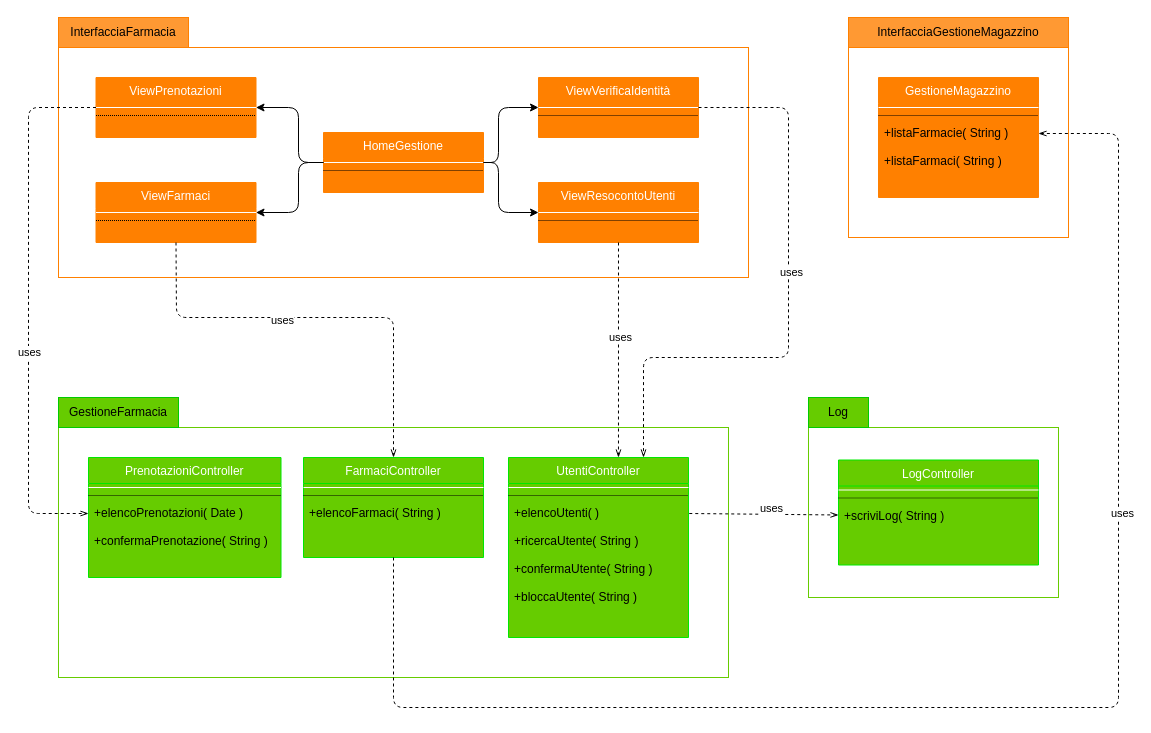
Before: page "Farmacia" (2 of 4) of drawio/Diagrammi.drawio in lnwor/farmabyte-doc, a draw.io diagram. Source tidied: cells renumbered, new cells numbered last; positions are measured from the earlier drawing's top-left corner, leaving out a move shared by most shapes. Both pictures are drawn from the tidied source at 100%, with x=0, y=0 at pixel (28, 17).
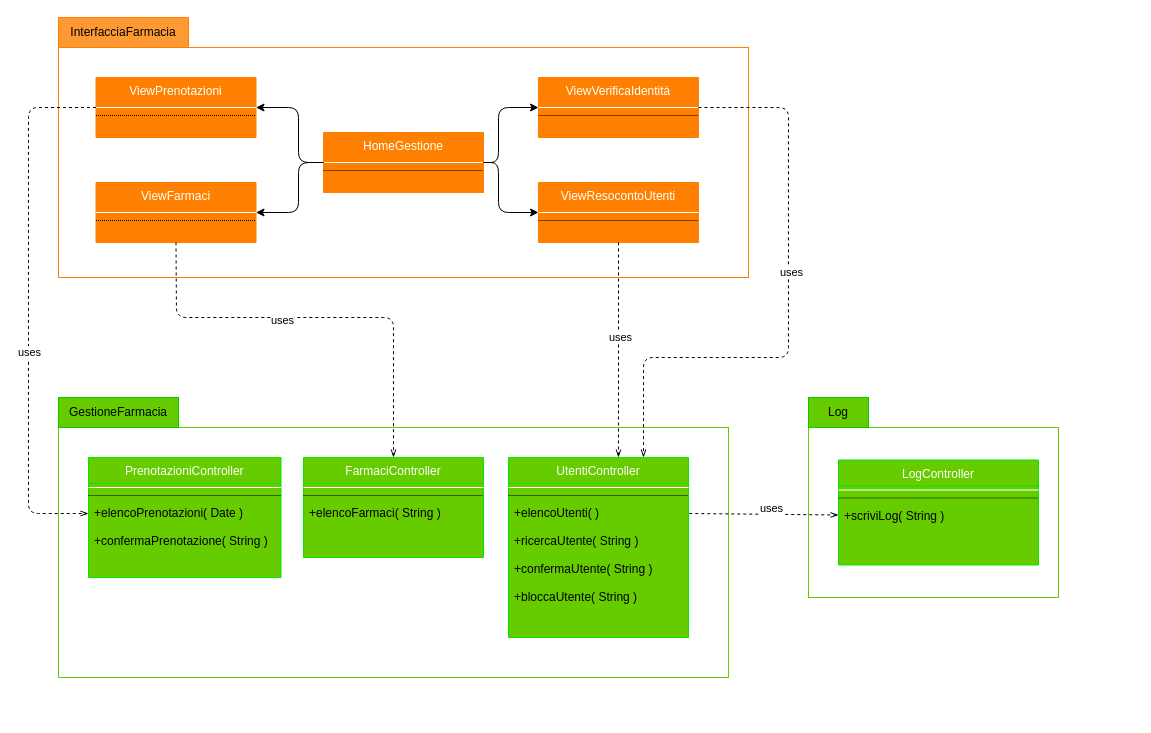
After the change.

Unchanged cells that the change refers to:
```xml
<mxCell id="19" value="FarmaciController" style="swimlane;fontStyle=0;align=center;verticalAlign=top;horizontal=1;startSize=26;rounded=0;shadow=0;strokeWidth=1;fontColor=#ffffff;swimlaneFillColor=#66CC00;strokeColor=#00E800;fillColor=#66CC00;" parent="1" vertex="1">
  <mxGeometry x="275" y="440" width="180" height="100" as="geometry" />
</mxCell>
```

The edit, as a diff of the source:
```diff
@@
-    <mxCell id="2" style="rounded=0;whiteSpace=wrap;html=1;strokeColor=#FF8000;" parent="1" vertex="1">
-      <mxGeometry x="820" y="30" width="220" height="190" as="geometry" />
-    </mxCell>
-    <mxCell id="3" value="InterfacciaGestioneMagazzino" style="rounded=0;whiteSpace=wrap;html=1;gradientColor=none;strokeColor=#FF8000;fillColor=#FF9933;" parent="1" vertex="1">
-      <mxGeometry x="820" width="220" height="30" as="geometry" />
-    </mxCell>
-    <mxCell id="4" value="GestioneMagazzino" style="swimlane;fontStyle=0;align=center;verticalAlign=top;horizontal=1;startSize=26;rounded=0;shadow=0;strokeWidth=1;fontColor=#ffffff;swimlaneFillColor=#FF8000;strokeColor=#FF8000;fillColor=#FF8000;" parent="1" vertex="1">
-      <mxGeometry x="850" y="60" width="160" height="120" as="geometry" />
-    </mxCell>
-    <mxCell id="5" style="line;html=1;strokeWidth=1;align=left;verticalAlign=middle;spacingTop=-1;spacingLeft=3;spacingRight=3;labelPosition=right;strokeColor=#FFFFFF;" parent="4" vertex="1">
-      <mxGeometry y="26" width="160" height="8" as="geometry" />
-    </mxCell>
-    <mxCell id="6" style="line;html=1;strokeWidth=1;align=left;verticalAlign=middle;spacingTop=-1;spacingLeft=3;spacingRight=3;labelPosition=right;dashed=1;dashPattern=1 1;" parent="4" vertex="1">
-      <mxGeometry y="34" width="160" height="8" as="geometry" />
-    </mxCell>
-    <mxCell id="7" value="+listaFarmacie( String )" style="text;align=left;verticalAlign=top;spacingLeft=4;spacingRight=4;overflow=hidden;points=[[0,0.5],[1,0.5]];portConstraint=eastwest;" parent="4" vertex="1">
-      <mxGeometry y="42" width="160" height="28" as="geometry" />
-    </mxCell>
-    <mxCell id="8" value="+listaFarmaci( String )" style="text;align=left;verticalAlign=top;spacingLeft=4;spacingRight=4;overflow=hidden;" parent="4" vertex="1">
-      <mxGeometry y="70" width="160" height="28" as="geometry" />
-    </mxCell>
@@
-    <mxCell id="64" style="endArrow=openThin;html=1;dashed=1;exitX=0.5;exitY=1;exitDx=0;exitDy=0;entryX=1;entryY=0.5;entryDx=0;entryDy=0;strokeWidth=1;endFill=0;" parent="1" edge="1" source="19" target="7">
-      <mxGeometry relative="1" as="geometry">
-        <Array as="points">
-          <mxPoint x="365" y="690" />
-          <mxPoint x="1090" y="690" />
-          <mxPoint x="1090" y="116" />
-        </Array>
-      </mxGeometry>
-    </mxCell>
-    <mxCell id="65" value="uses" style="edgeLabel;html=1;align=center;verticalAlign=middle;" parent="64" vertex="1">
-      <mxGeometry x="0.4" y="-3" relative="1" as="geometry" />
-    </mxCell>
```
